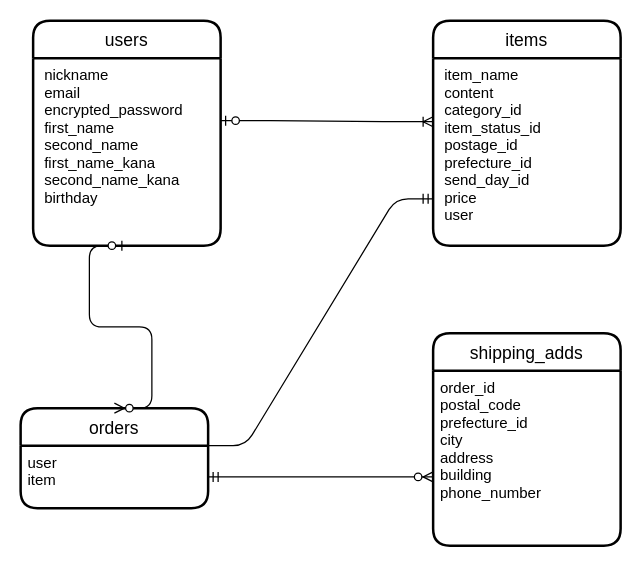
junoota0115/furima-37983 keeps this draw.io diagram as frima-37983.dio. Above is the earlier version. Source tidied: cells renumbered, new cells numbered last; positions are measured from the earlier drawing's top-left corner, leaving out a move shared by most shapes. Both pictures are drawn from the tidied source at 125%, with x=0, y=0 at pixel (20, 20).
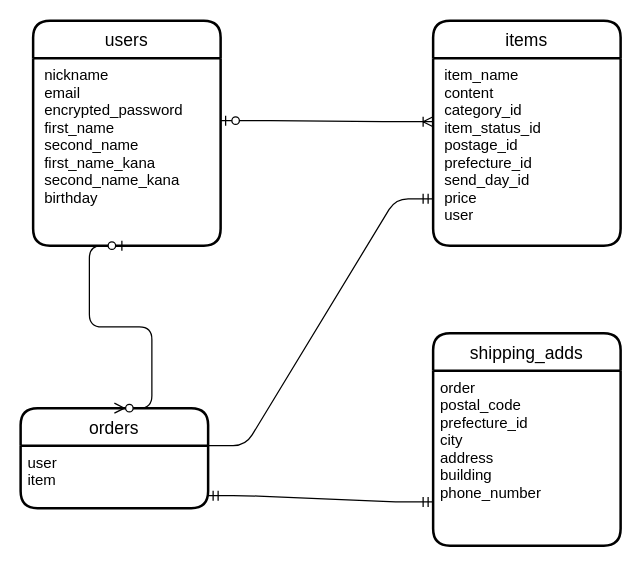
After the change.

Diff of the diagram source:
```diff
@@
 <mxGraphModel>
   <root>
     <mxCell id="0" />
     <mxCell id="1" parent="0" />
     <mxCell id="2" value="users" style="swimlane;horizontal=1;startSize=30;rounded=1;fontSize=14;fontStyle=0;strokeWidth=2;shadow=0;dashed=0;align=center;" parent="1" vertex="1">
       <mxGeometry x="10" width="150" height="180" as="geometry" />
     </mxCell>
     <mxCell id="3" value=" nickname&#10; email &#10; encrypted_password &#10; first_name &#10; second_name &#10; first_name_kana &#10; second_name_kana &#10; birthday" style="align=left;strokeColor=none;fillColor=none;spacingLeft=4;fontSize=12;verticalAlign=top;" parent="2" vertex="1">
       <mxGeometry y="30" width="150" height="150" as="geometry" />
     </mxCell>
     <mxCell id="4" value="shipping_adds" style="swimlane;horizontal=1;startSize=30;rounded=1;fontSize=14;fontStyle=0;strokeWidth=2;shadow=0;dashed=0;align=center;" parent="1" vertex="1">
       <mxGeometry x="330" y="250" width="150" height="170" as="geometry" />
     </mxCell>
-    <mxCell id="5" value="order_id&#10;postal_code &#10;prefecture_id&#10;city &#10;address &#10;building &#10;phone_number" style="align=left;strokeColor=none;fillColor=none;spacingLeft=4;fontSize=12;verticalAlign=top;" parent="4" vertex="1">
+    <mxCell id="5" value="order&#10;postal_code &#10;prefecture_id&#10;city &#10;address &#10;building &#10;phone_number" style="align=left;strokeColor=none;fillColor=none;spacingLeft=4;fontSize=12;verticalAlign=top;" parent="4" vertex="1">
       <mxGeometry y="30" width="150" height="140" as="geometry" />
     </mxCell>
     <mxCell id="6" value="orders" style="swimlane;horizontal=1;startSize=30;rounded=1;fontSize=14;fontStyle=0;strokeWidth=2;shadow=0;dashed=0;align=center;" parent="1" vertex="1">
       <mxGeometry y="310" width="150" height="80" as="geometry" />
     </mxCell>
     <mxCell id="7" value="user&#10;item" style="align=left;strokeColor=none;fillColor=none;spacingLeft=4;fontSize=12;verticalAlign=top;" parent="6" vertex="1">
       <mxGeometry y="30" width="150" height="50" as="geometry" />
     </mxCell>
     <mxCell id="8" value="items" style="swimlane;horizontal=1;startSize=30;rounded=1;fontSize=14;fontStyle=0;strokeWidth=2;shadow=0;dashed=0;align=center;" parent="1" vertex="1">
       <mxGeometry x="330" width="150" height="180" as="geometry" />
     </mxCell>
     <mxCell id="9" value=" item_name&#10; content &#10; category_id&#10; item_status_id &#10; postage_id &#10; prefecture_id &#10; send_day_id  &#10; price  &#10; user        " style="align=left;strokeColor=none;fillColor=none;spacingLeft=4;fontSize=12;verticalAlign=top;" parent="8" vertex="1">
       <mxGeometry y="30" width="150" height="150" as="geometry" />
     </mxCell>
     <mxCell id="10" style="edgeStyle=entityRelationEdgeStyle;fontSize=12;html=1;endArrow=ERoneToMany;startArrow=ERzeroToOne;entryX=0;entryY=0.339;entryDx=0;entryDy=0;entryPerimeter=0;" parent="1" edge="1" target="9">
       <mxGeometry relative="1" as="geometry">
         <mxPoint x="160" y="80" as="sourcePoint" />
       </mxGeometry>
     </mxCell>
     <mxCell id="11" style="edgeStyle=entityRelationEdgeStyle;fontSize=12;html=1;endArrow=ERzeroToMany;startArrow=ERzeroToOne;entryX=0.5;entryY=0;entryDx=0;entryDy=0;exitX=0.5;exitY=1;exitDx=0;exitDy=0;" parent="1" edge="1" source="3" target="6">
       <mxGeometry relative="1" as="geometry" />
     </mxCell>
-    <mxCell id="12" style="edgeStyle=entityRelationEdgeStyle;fontSize=12;html=1;endArrow=ERzeroToMany;startArrow=ERmandOne;exitX=1;exitY=0.5;exitDx=0;exitDy=0;" parent="1" edge="1" source="7">
-      <mxGeometry relative="1" as="geometry">
-        <mxPoint x="330" y="365" as="targetPoint" />
-      </mxGeometry>
-    </mxCell>
     <mxCell id="13" style="edgeStyle=entityRelationEdgeStyle;fontSize=12;html=1;endArrow=ERmandOne;entryX=0;entryY=0.75;entryDx=0;entryDy=0;" parent="1" edge="1" target="9">
       <mxGeometry relative="1" as="geometry">
         <mxPoint x="150" y="340" as="sourcePoint" />
       </mxGeometry>
     </mxCell>
+    <mxCell id="14" style="edgeStyle=entityRelationEdgeStyle;fontSize=12;html=1;endArrow=ERmandOne;startArrow=ERmandOne;entryX=0;entryY=0.75;entryDx=0;entryDy=0;" parent="1" edge="1" target="5">
+      <mxGeometry relative="1" as="geometry">
+        <mxPoint x="150" y="380" as="sourcePoint" />
+      </mxGeometry>
+    </mxCell>
   </root>
 </mxGraphModel>
```
